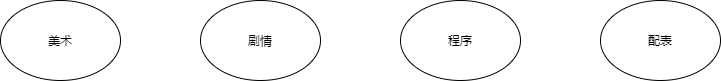
Before: flowsheet/drawio/LOGC/works.drawio.png, a diagram exported from draw.io (JDreamHeart/DailyCodes). Source tidied: cells renumbered, new cells last; positions are measured from the earlier drawing's top-left corner, leaving out a move shared by most shapes.
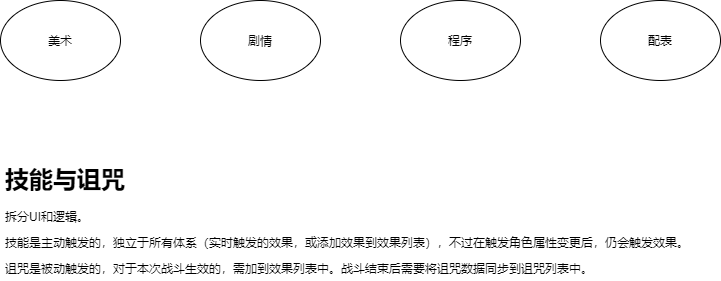
Later version of the same file.

The edit, as a diff of the source:
```diff
@@ -14,5 +14,8 @@
     <mxCell id="5" value="配表" style="ellipse;whiteSpace=wrap;html=1;" parent="1" vertex="1">
       <mxGeometry x="600" width="120" height="80" as="geometry" />
     </mxCell>
+    <mxCell id="6" value="&lt;h1&gt;技能与诅咒&lt;/h1&gt;&lt;p&gt;拆分UI和逻辑。&lt;/p&gt;&lt;p&gt;技能是主动触发的，独立于所有体系（实时触发的效果，或添加效果到效果列表），不过在触发角色属性变更后，仍会触发效果。&lt;/p&gt;&lt;p&gt;诅咒是被动触发的，对于本次战斗生效的，需加到效果列表中。战斗结束后需要将诅咒数据同步到诅咒列表中。&lt;/p&gt;" style="text;html=1;strokeColor=none;fillColor=none;spacing=5;spacingTop=-20;whiteSpace=wrap;overflow=hidden;rounded=0;" parent="1" vertex="1">
+      <mxGeometry y="160" width="720" height="120" as="geometry" />
+    </mxCell>
   </root>
 </mxGraphModel>
```
